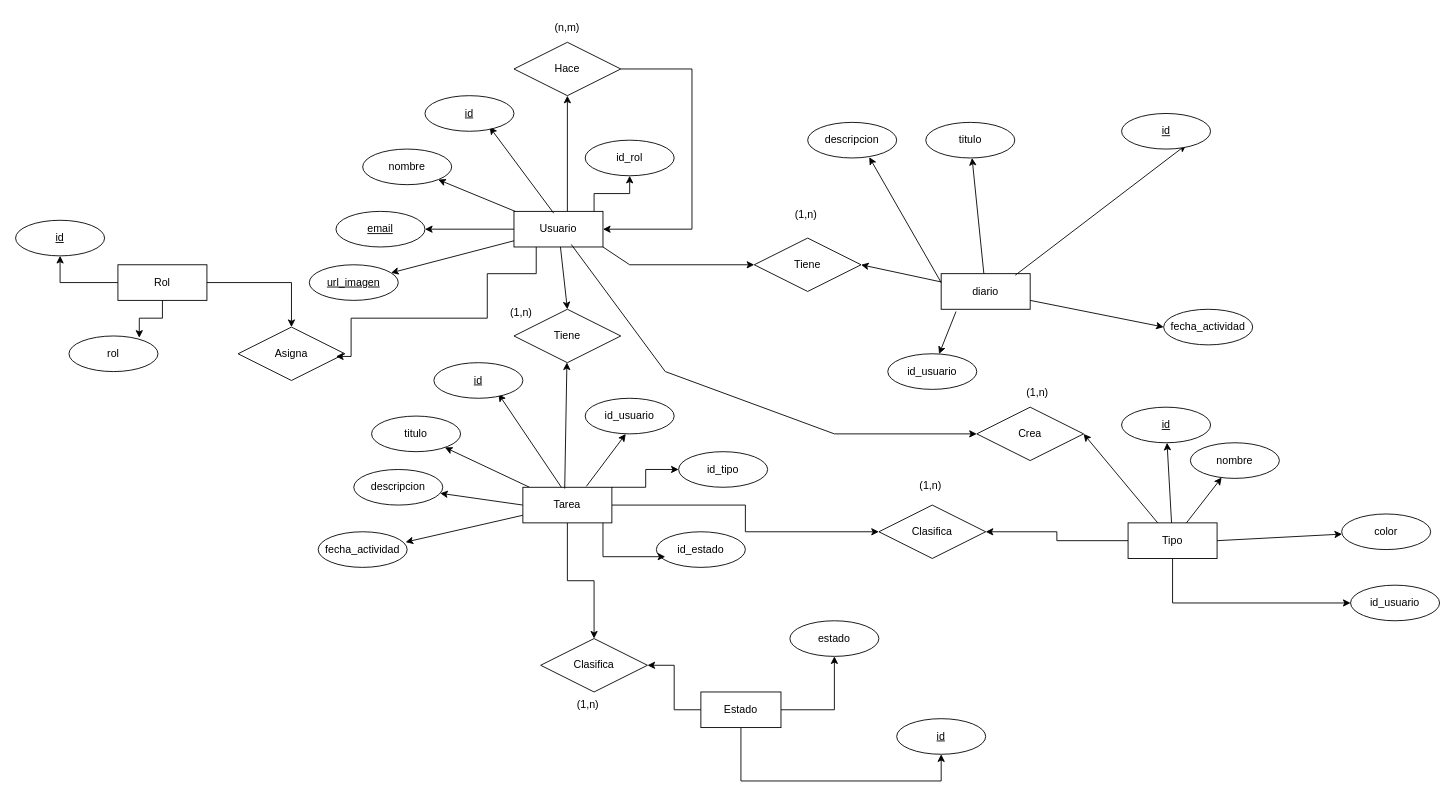
Above: Memoria/Base de Datos/Diagrama sin título.drawio in neiilmolina/Task-Craft-Proyecto-TFG-DAW (draw.io), before the change. Source tidied: cells renumbered, new cells numbered last; positions are measured from the earlier drawing's top-left corner, leaving out a move shared by most shapes. Both pictures are drawn from the tidied source at 89%, with x=0, y=0 at pixel (15, 15).
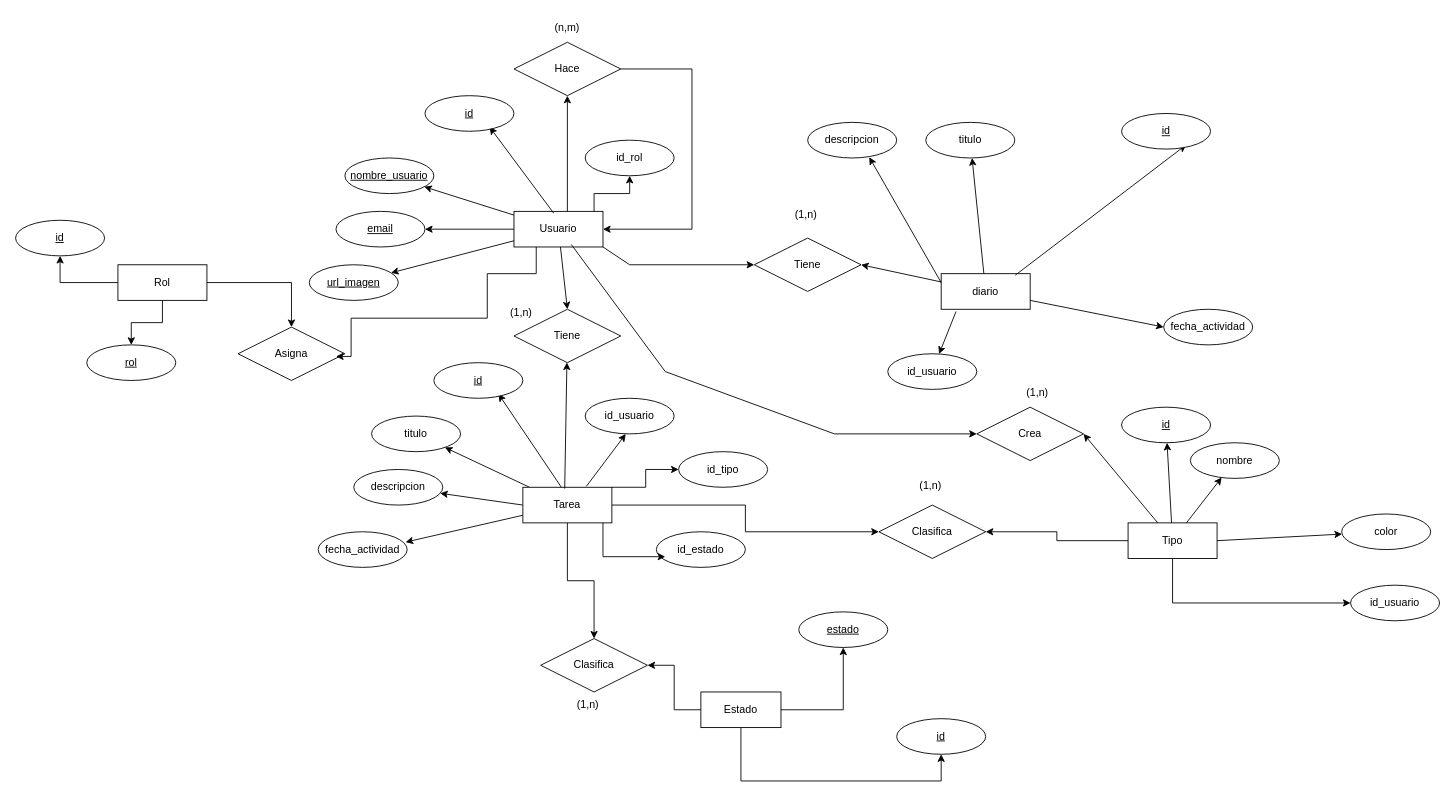
The same diagram, later.

Commit message:
Cambios en atributos unicos

The change refers to these unchanged cells:
```xml
<mxCell id="3" value="Usuario" style="whiteSpace=wrap;html=1;align=center;" parent="1" vertex="1">
  <mxGeometry x="560" y="220" width="100" height="40" as="geometry" />
</mxCell>
<mxCell id="65" value="Estado" style="whiteSpace=wrap;html=1;align=center;" parent="1" vertex="1">
  <mxGeometry x="770" y="760" width="90" height="40" as="geometry" />
</mxCell>
<mxCell id="80" value="Rol" style="whiteSpace=wrap;html=1;align=center;" parent="1" vertex="1">
  <mxGeometry x="115" y="280" width="100" height="40" as="geometry" />
</mxCell>
```

Diff of the diagram source:
```diff
@@
-    <mxCell id="4" value="nombre" style="ellipse;whiteSpace=wrap;html=1;align=center;" parent="1" vertex="1">
-      <mxGeometry x="390" y="150" width="100" height="40" as="geometry" />
-    </mxCell>
-    <mxCell id="5" style="endArrow=classic;html=1;rounded=0;" parent="1" edge="1" source="3" target="4">
+    <mxCell id="5" style="endArrow=classic;html=1;rounded=0;" parent="1" edge="1" source="3" target="85">
       <mxGeometry relative="1" as="geometry" />
     </mxCell>
@@
-    <mxCell id="11" value="rol" style="ellipse;whiteSpace=wrap;html=1;align=center;" parent="1" vertex="1">
-      <mxGeometry x="60" y="360" width="100" height="40" as="geometry" />
-    </mxCell>
@@
-    <mxCell id="28" value="estado" style="ellipse;whiteSpace=wrap;html=1;align=center;" parent="1" vertex="1">
-      <mxGeometry x="870" y="680" width="100" height="40" as="geometry" />
-    </mxCell>
@@
-    <mxCell id="63" style="edgeStyle=orthogonalEdgeStyle;rounded=0;jettySize=auto;html=1;" parent="1" edge="1" source="65" target="28">
+    <mxCell id="63" style="edgeStyle=orthogonalEdgeStyle;rounded=0;jettySize=auto;html=1;entryX=0.5;entryY=1;entryDx=0;entryDy=0;" parent="1" edge="1" source="65" target="28">
       <mxGeometry relative="1" as="geometry" />
     </mxCell>
@@
-    <mxCell id="83" style="edgeStyle=orthogonalEdgeStyle;rounded=0;jettySize=auto;html=1;entryX=0.79;entryY=0.05;entryDx=0;entryDy=0;entryPerimeter=0;" parent="1" edge="1" source="80" target="11">
+    <mxCell id="83" style="edgeStyle=orthogonalEdgeStyle;rounded=0;jettySize=auto;html=1;entryX=0.5;entryY=0;entryDx=0;entryDy=0;" parent="1" edge="1" source="80" target="11">
       <mxGeometry relative="1" as="geometry" />
     </mxCell>
@@
+    <mxCell id="85" value="nombre_usuario" style="ellipse;whiteSpace=wrap;html=1;align=center;fontStyle=4;" parent="1" vertex="1">
+      <mxGeometry x="370" y="160" width="100" height="40" as="geometry" />
+    </mxCell>
+    <mxCell id="11" value="rol" style="ellipse;whiteSpace=wrap;html=1;align=center;fontStyle=4;" parent="1" vertex="1">
+      <mxGeometry x="80" y="370" width="100" height="40" as="geometry" />
+    </mxCell>
+    <mxCell id="28" value="estado" style="ellipse;whiteSpace=wrap;html=1;align=center;fontStyle=4;" parent="1" vertex="1">
+      <mxGeometry x="880" y="670" width="100" height="40" as="geometry" />
+    </mxCell>
```
